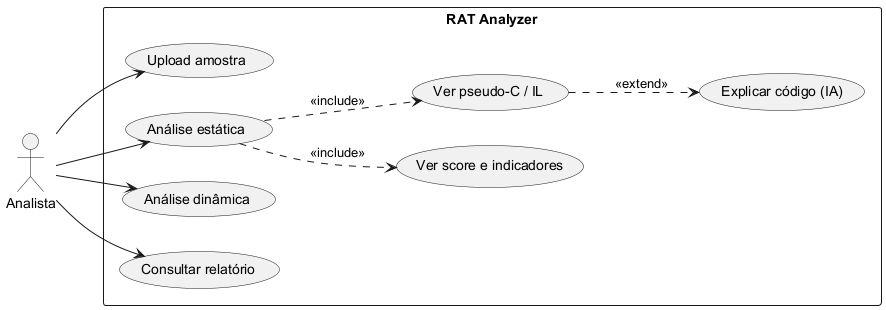
tlxp/PROJETO keeps this PlantUML diagram as relatório/imagens/fig-4-1-usecase.png. Above is the earlier version.
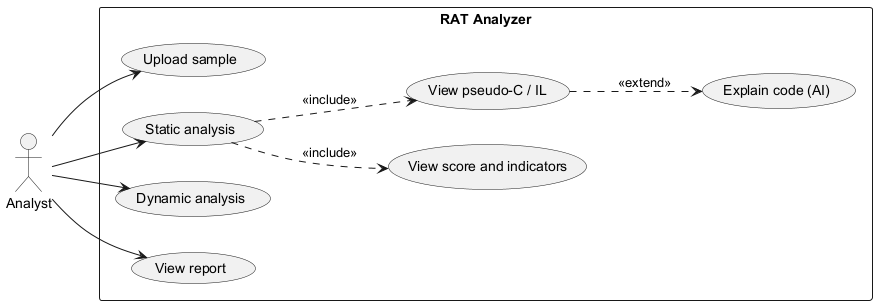
The same diagram one commit later.

Change to the diagram source:
```diff
@@ -3,16 +3,16 @@
 skinparam shadowing false
 skinparam packageStyle rectangle
 
-actor "Analista" as A
+actor "Analyst" as A
 
 rectangle "RAT Analyzer" {
-  usecase "Upload amostra" as UC1
-  usecase "Análise estática" as UC2
-  usecase "Análise dinâmica" as UC3
-  usecase "Consultar relatório" as UC4
-  usecase "Ver score e indicadores" as UC5
-  usecase "Ver pseudo-C / IL" as UC6
-  usecase "Explicar código (IA)" as UC7
+  usecase "Upload sample" as UC1
+  usecase "Static analysis" as UC2
+  usecase "Dynamic analysis" as UC3
+  usecase "View report" as UC4
+  usecase "View score and indicators" as UC5
+  usecase "View pseudo-C / IL" as UC6
+  usecase "Explain code (AI)" as UC7
 }
 
 A --> UC1
```
